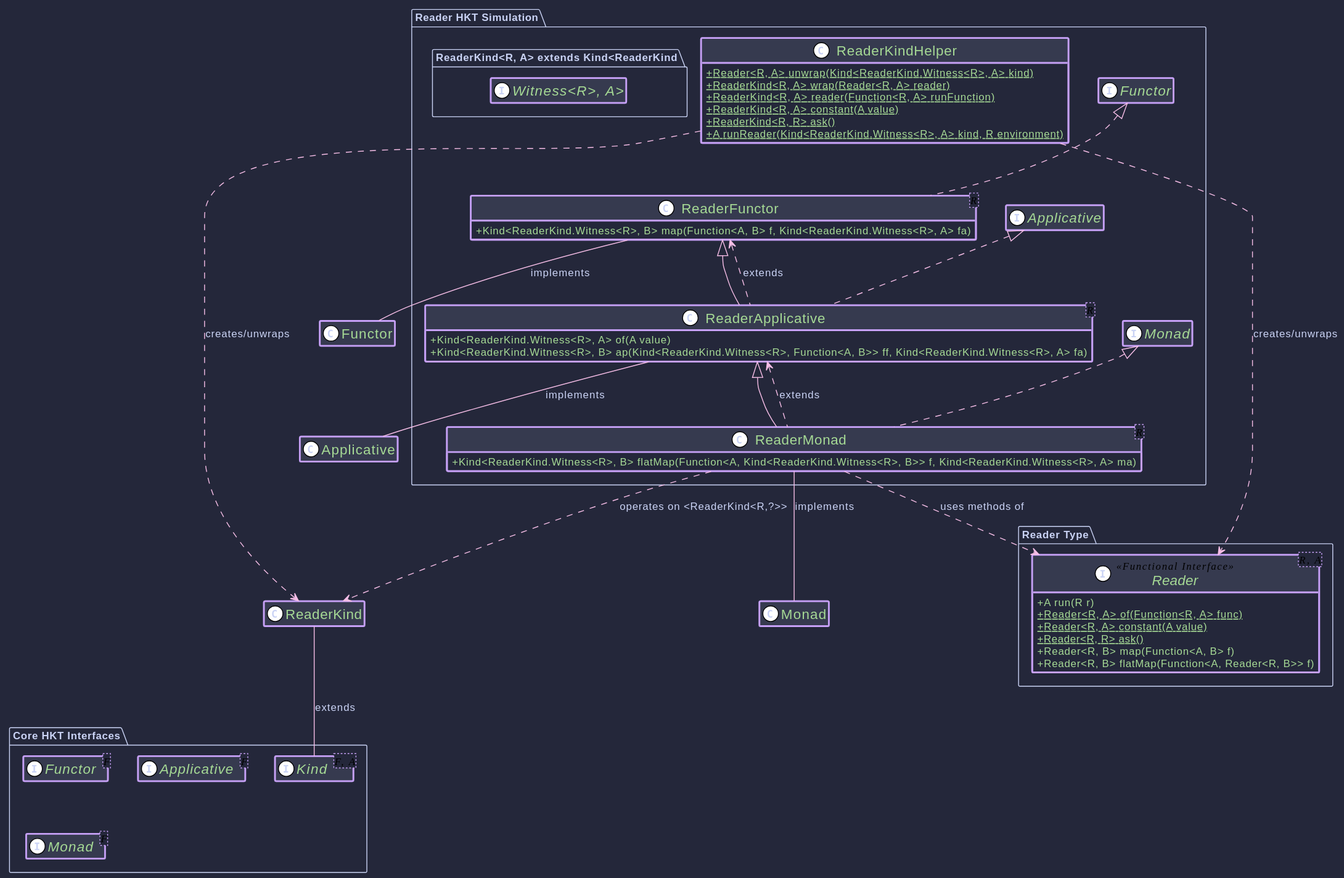
The PlantUML diagram hkj-book/src/images/puml/reader_monad.svg in higher-kinded-j/higher-kinded-j, before a commit.
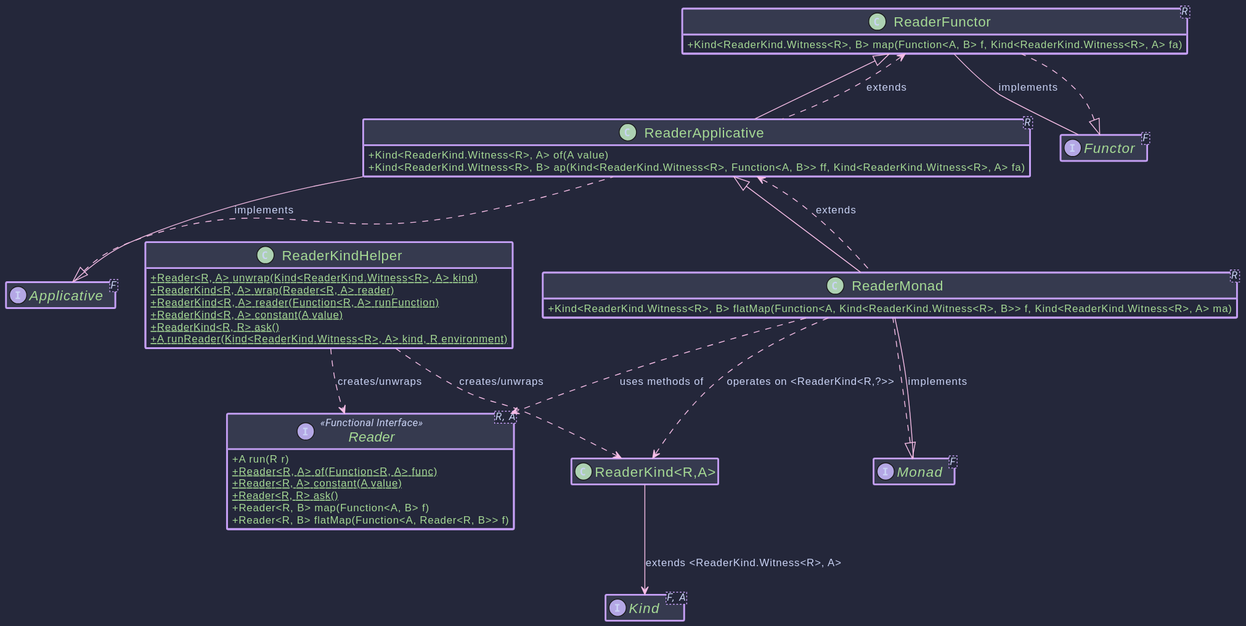
After the commit.

Diff of the diagram source:
```diff
@@ -1,19 +1,18 @@
 @startuml
-!theme plain
 !include https://raw.githubusercontent.com/ncosta-ic/catppuccin-macchiato-plantuml-theme/main/theme.puml
 
 skinparam classAttributeIconSize 0
 skinparam defaultFontName "Roboto, Helvetica"
 hide empty members
 
-package "Core HKT Interfaces" {
+
     interface Kind<F, A>
     interface Functor<F>
     interface Applicative<F>
     interface Monad<F>
-}
 
-package "Reader Type" {
+
+
     interface Reader<R, A> <<Functional Interface>> {
        + A run(R r)
        + {static} Reader<R, A> of(Function<R, A> func)
@@ -22,10 +21,8 @@
        + Reader<R, B> map(Function<A, B> f)
        + Reader<R, B> flatMap(Function<A, Reader<R, B>> f)
     }
-}
 
-package "Reader HKT Simulation" {
-    interface "ReaderKind<R, A> extends Kind<ReaderKind.Witness<R>, A>"
+
 
     class ReaderKindHelper {
       + {static} Reader<R, A> unwrap(Kind<ReaderKind.Witness<R>, A> kind)
@@ -46,9 +43,9 @@
     class ReaderMonad<R> extends ReaderApplicative<R> implements Monad<ReaderKind.Witness<R>> {
        + Kind<ReaderKind.Witness<R>, B> flatMap(Function<A, Kind<ReaderKind.Witness<R>, B>> f, Kind<ReaderKind.Witness<R>, A> ma)
     }
-}
 
-ReaderKind -- Kind : extends
+
+"ReaderKind<R,A>" --> Kind : extends <ReaderKind.Witness<R>, A>
 ReaderFunctor -- Functor : implements
 ReaderApplicative -- Applicative : implements
 ReaderMonad -- Monad : implements
@@ -57,8 +54,8 @@
 ReaderMonad .u.> ReaderApplicative : extends
 
 ReaderKindHelper ..> Reader : creates/unwraps
-ReaderKindHelper ..> ReaderKind : creates/unwraps
+ReaderKindHelper ..> "ReaderKind<R,A>" : creates/unwraps
 
-ReaderMonad ..> ReaderKind : operates on <ReaderKind<R,?>>
+ReaderMonad ..> "ReaderKind<R,A>" : operates on <ReaderKind<R,?>>
 ReaderMonad ..> Reader : uses methods of
 @enduml
```
